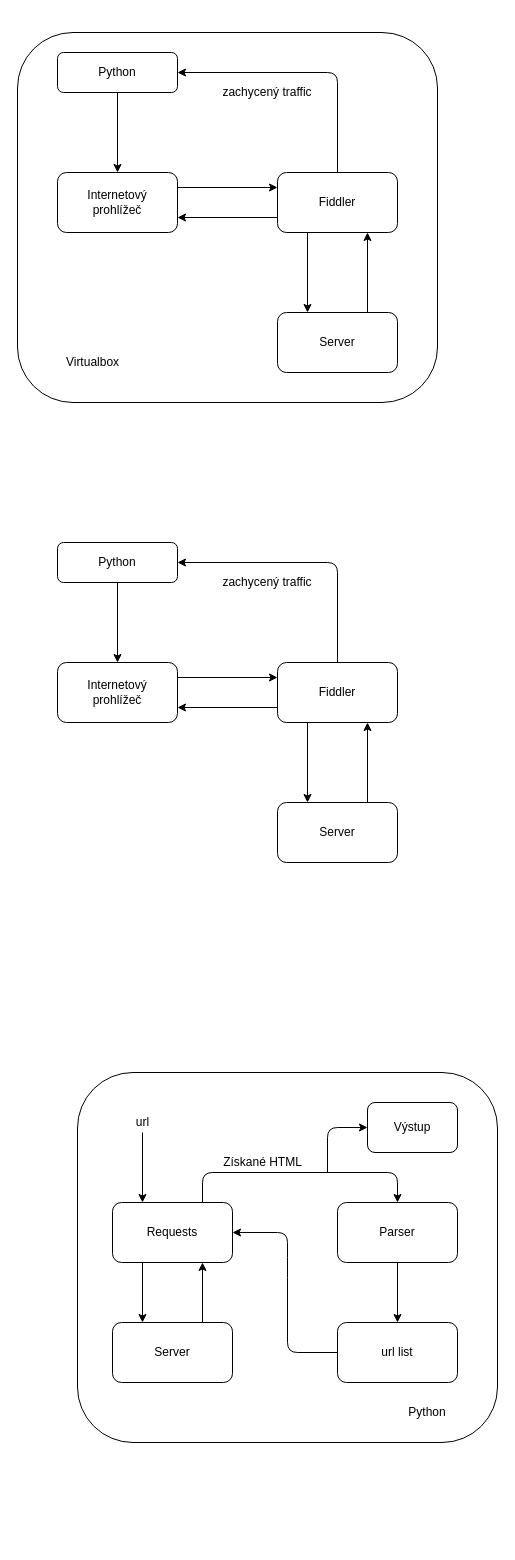
Earlier version of the draw.io diagram pictures/diagramky.drawio (MickyMickyMike/Thesis_report). Source tidied: cells renumbered, new cells numbered last; positions are measured from the earlier drawing's top-left corner, leaving out a move shared by most shapes. Both pictures are drawn from the tidied source at 100%, with x=0, y=0 at pixel (17, 32).
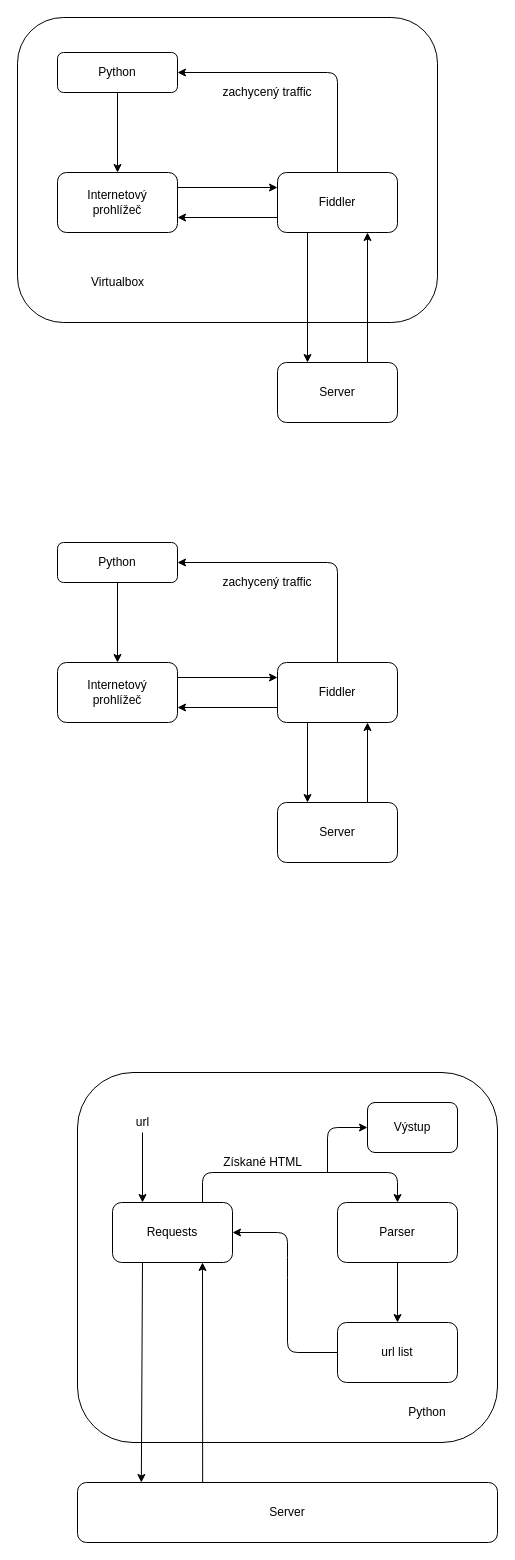
Above is the later version.

Commit message (it also covers changes not shown here):
Improve diagrams

The change refers to these unchanged cells:
```xml
<mxCell id="14" value="Requests" style="rounded=1;whiteSpace=wrap;html=1;" parent="1" vertex="1">
  <mxGeometry x="95" y="1170" width="120" height="60" as="geometry" />
</mxCell>
```

Change to the diagram source:
```diff
@@
     <mxCell id="15" value="Server" style="rounded=1;whiteSpace=wrap;html=1;" parent="1" vertex="1">
-      <mxGeometry x="95" y="1290" width="120" height="60" as="geometry" />
+      <mxGeometry x="60" y="1450" width="420" height="60" as="geometry" />
     </mxCell>
-    <mxCell id="16" style="endArrow=classic;html=1;entryX=0.25;entryY=0;entryDx=0;entryDy=0;exitX=0.25;exitY=1;exitDx=0;exitDy=0;" parent="1" edge="1" source="14" target="15">
+    <mxCell id="16" style="endArrow=classic;html=1;entryX=0.152;entryY=0;entryDx=0;entryDy=0;exitX=0.25;exitY=1;exitDx=0;exitDy=0;entryPerimeter=0;" parent="1" edge="1" source="14" target="15">
       <mxGeometry relative="1" as="geometry" />
     </mxCell>
-    <mxCell id="17" style="endArrow=classic;html=1;exitX=0.75;exitY=0;exitDx=0;exitDy=0;entryX=0.75;entryY=1;entryDx=0;entryDy=0;" parent="1" edge="1" source="15" target="14">
+    <mxCell id="17" style="endArrow=classic;html=1;entryX=0.75;entryY=1;entryDx=0;entryDy=0;exitX=0.298;exitY=0;exitDx=0;exitDy=0;exitPerimeter=0;" parent="1" edge="1" source="15" target="14">
       <mxGeometry relative="1" as="geometry" />
     </mxCell>
@@
     <mxCell id="29" style="rounded=1;whiteSpace=wrap;html=1;" parent="1" vertex="1">
-      <mxGeometry width="420" height="370" as="geometry" />
+      <mxGeometry y="-15" width="420" height="305" as="geometry" />
     </mxCell>
@@
     <mxCell id="33" value="Server" style="rounded=1;whiteSpace=wrap;html=1;" parent="1" vertex="1">
-      <mxGeometry x="260" y="280" width="120" height="60" as="geometry" />
+      <mxGeometry x="260" y="330" width="120" height="60" as="geometry" />
     </mxCell>
@@
     <mxCell id="41" value="Virtualbox" style="text;html=1;align=center;verticalAlign=middle;" parent="1" vertex="1">
-      <mxGeometry x="40" y="320" width="70" height="20" as="geometry" />
+      <mxGeometry x="65" y="240" width="70" height="20" as="geometry" />
     </mxCell>
```
